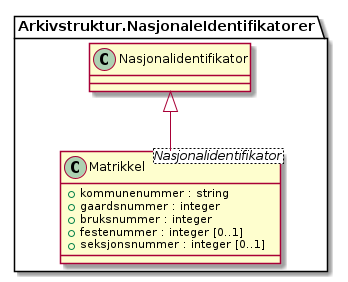
The PlantUML diagram kapitler/media/uml-class-matrikkel.png in arkivverket/noark5-tjenestegrensesnitt-standard, before a commit.
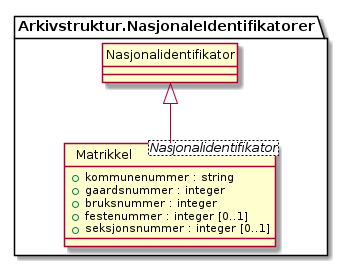
After the commit.

The edit, as a diff of the source:
```diff
@@ -1,5 +1,6 @@
 @startuml
 skinparam nodesep 100
+hide circle
 class Arkivstruktur.NasjonaleIdentifikatorer.Matrikkel <Nasjonalidentifikator> {
   +kommunenummer : string
   +gaardsnummer : integer
@@ -7,5 +8,7 @@
   +festenummer : integer [0..1]
   +seksjonsnummer : integer [0..1]
 }
+class Arkivstruktur.NasjonaleIdentifikatorer.Nasjonalidentifikator {
+}
 Arkivstruktur.NasjonaleIdentifikatorer.Nasjonalidentifikator <|-- Arkivstruktur.NasjonaleIdentifikatorer.Matrikkel
 @enduml
```
